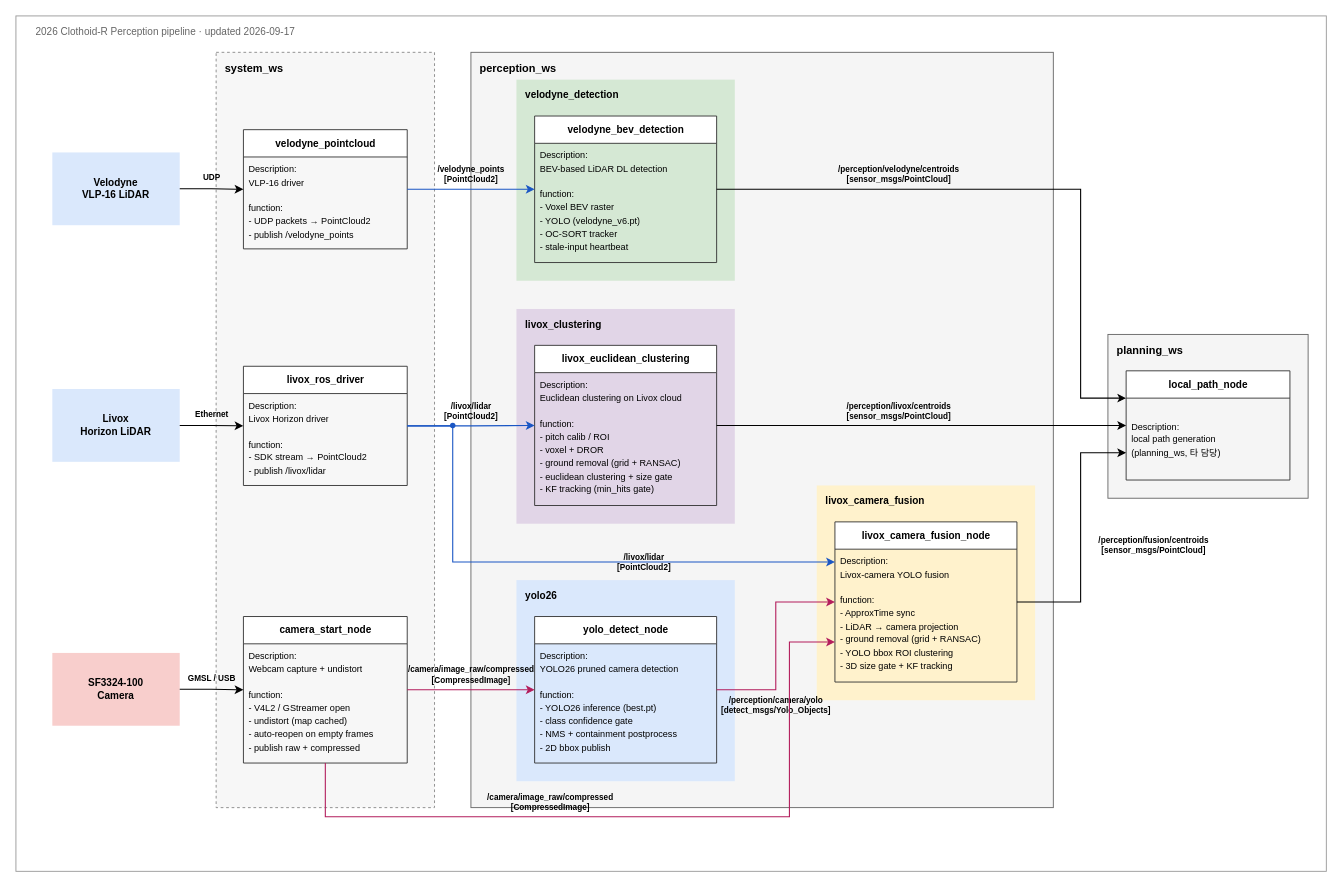
Above: 2026_pipeline.drawio in JaGyeong1024/2026-Clothoid-R-Perception (draw.io), before the change. Source tidied: cells renumbered, new cells numbered last; positions are measured from the earlier drawing's top-left corner, leaving out a move shared by most shapes. Both pictures are drawn from the tidied source at 91%, with x=0, y=0 at pixel (15, 15).
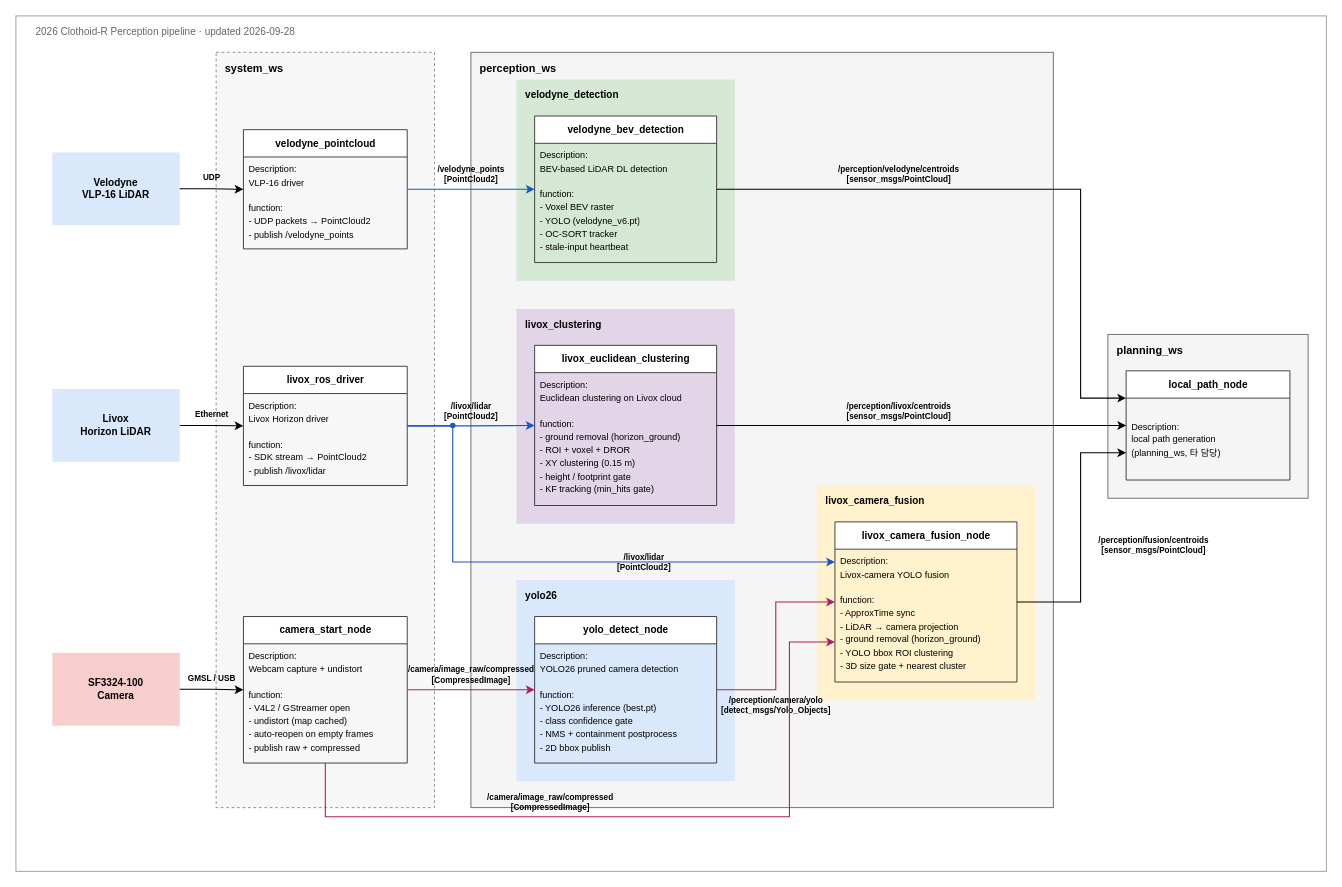
The same page after the edit.

The change refers to these unchanged cells:
```xml
<mxCell id="24" value="&lt;b style=&quot;font-size: 11px;&quot;&gt;livox_euclidean_clustering&lt;/b&gt;" style="swimlane;fontStyle=0;horizontal=1;startSize=30;html=1;fillColor=#ffffff;strokeColor=#333333;" parent="1" vertex="1">
  <mxGeometry x="570" y="362" width="200" height="176" as="geometry" />
</mxCell>
<mxCell id="32" value="&lt;b style=&quot;font-size: 11px;&quot;&gt;livox_camera_fusion_node&lt;/b&gt;" style="swimlane;fontStyle=0;horizontal=1;startSize=30;html=1;fillColor=#ffffff;strokeColor=#333333;" parent="1" vertex="1">
  <mxGeometry x="900" y="556" width="200" height="176" as="geometry" />
</mxCell>
```

Diff of the diagram source:
```diff
@@
-    <mxCell id="3" value="2026 Clothoid-R Perception pipeline  ·  updated 2026-09-17" style="text;html=1;align=left;verticalAlign=middle;fontSize=11;fontColor=#666666;strokeColor=none;fillColor=none;" parent="1" vertex="1">
+    <mxCell id="3" value="2026 Clothoid-R Perception pipeline  ·  updated 2026-09-28" style="text;html=1;align=left;verticalAlign=middle;fontSize=11;fontColor=#666666;strokeColor=none;fillColor=none;" parent="1" vertex="1">
       <mxGeometry x="20" y="8" width="500" height="20" as="geometry" />
     </mxCell>
@@
-    <mxCell id="26" value="&lt;font style=&quot;font-size: 10px;&quot;&gt;function:&lt;br&gt;- pitch calib / ROI&lt;br&gt;- voxel + DROR&lt;br&gt;- ground removal (grid + RANSAC)&lt;br&gt;- euclidean clustering + size gate&lt;br&gt;- KF tracking (min_hits gate)&lt;/font&gt;" style="text;align=left;verticalAlign=top;spacingLeft=4;spacingRight=4;spacingTop=2;overflow=hidden;html=1;strokeColor=none;fillColor=none;" parent="24" vertex="1">
+    <mxCell id="26" value="&lt;font style=&quot;font-size: 10px;&quot;&gt;function:&lt;br&gt;- ground removal (horizon_ground)&lt;br&gt;- ROI + voxel + DROR&lt;br&gt;- XY clustering (0.15 m)&lt;br&gt;- height / footprint gate&lt;br&gt;- KF tracking (min_hits gate)&lt;/font&gt;" style="text;align=left;verticalAlign=top;spacingLeft=4;spacingRight=4;spacingTop=2;overflow=hidden;html=1;strokeColor=none;fillColor=none;" parent="24" vertex="1">
       <mxGeometry y="70" width="200" height="106" as="geometry" />
     </mxCell>
@@
-    <mxCell id="34" value="&lt;font style=&quot;font-size: 10px;&quot;&gt;function:&lt;br&gt;- ApproxTime sync&lt;br&gt;- LiDAR → camera projection&lt;br&gt;- ground removal (grid + RANSAC)&lt;br&gt;- YOLO bbox ROI clustering&lt;br&gt;- 3D size gate + KF tracking&lt;/font&gt;" style="text;align=left;verticalAlign=top;spacingLeft=4;spacingRight=4;spacingTop=2;overflow=hidden;html=1;strokeColor=none;fillColor=none;" parent="32" vertex="1">
+    <mxCell id="34" value="&lt;font style=&quot;font-size: 10px;&quot;&gt;function:&lt;br&gt;- ApproxTime sync&lt;br&gt;- LiDAR → camera projection&lt;br&gt;- ground removal (horizon_ground)&lt;br&gt;- YOLO bbox ROI clustering&lt;br&gt;- 3D size gate + nearest cluster&lt;/font&gt;" style="text;align=left;verticalAlign=top;spacingLeft=4;spacingRight=4;spacingTop=2;overflow=hidden;html=1;strokeColor=none;fillColor=none;" parent="32" vertex="1">
       <mxGeometry y="70" width="200" height="106" as="geometry" />
     </mxCell>
```
